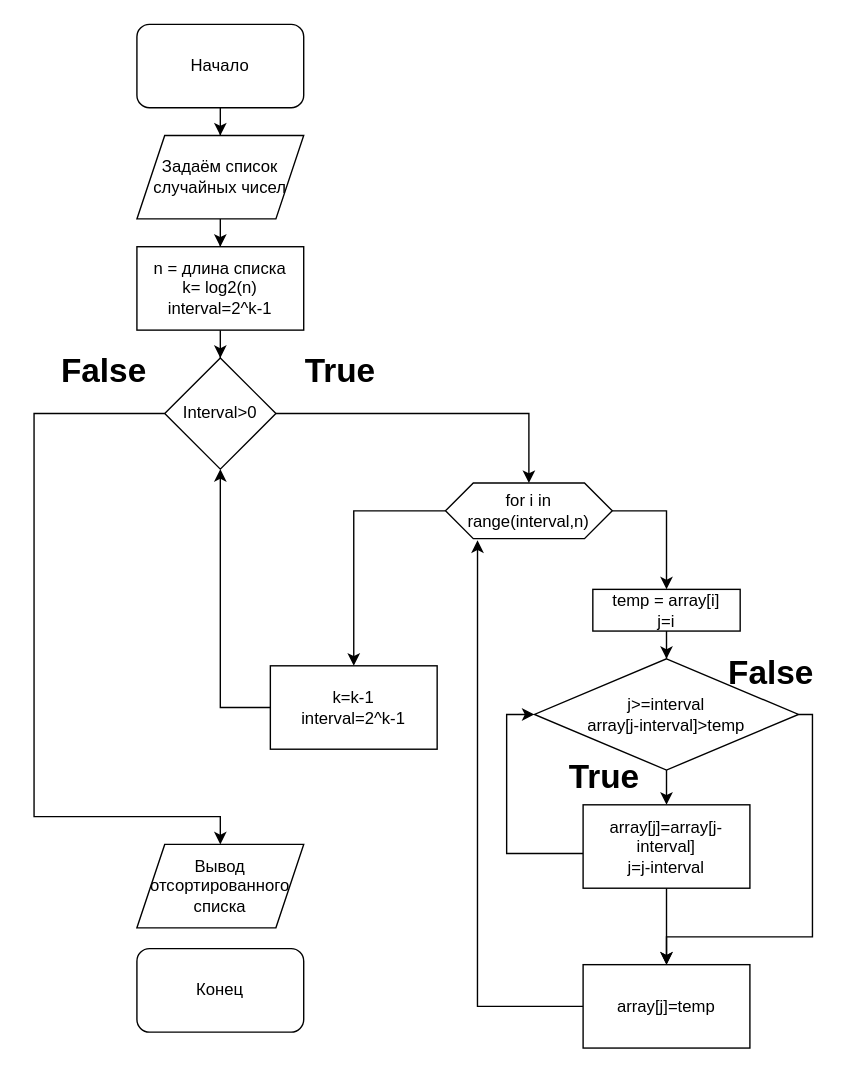
The draw.io diagram Shell.drawio in SpaleRud/OPDiagrams, before the edit. Source tidied: cells renumbered, new cells numbered last; positions are measured from the earlier drawing's top-left corner, leaving out a move shared by most shapes. Both pictures are drawn from the tidied source at 139%, with x=0, y=0 at pixel (33, 24).
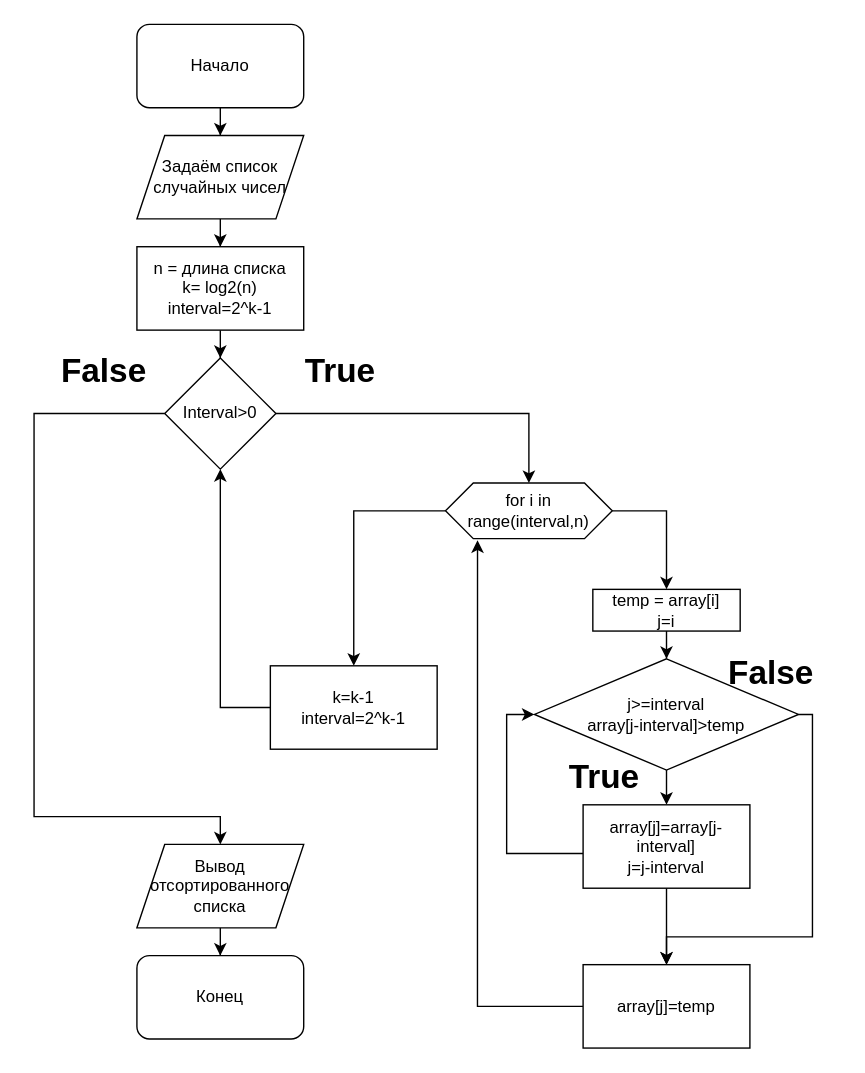
After the change.

Unchanged cells that the change refers to:
```xml
<mxCell id="12" value="Вывод отсортированного списка" style="shape=parallelogram;perimeter=parallelogramPerimeter;whiteSpace=wrap;html=1;fixedSize=1;" parent="1" vertex="1">
  <mxGeometry x="74" y="590" width="120" height="60" as="geometry" />
</mxCell>
```

Change to the diagram source:
```diff
@@
     <mxCell id="4" value="Конец" style="rounded=1;whiteSpace=wrap;html=1;" parent="1" vertex="1">
-      <mxGeometry x="74" y="665" width="120" height="60" as="geometry" />
+      <mxGeometry x="74" y="670" width="120" height="60" as="geometry" />
     </mxCell>
@@
+    <mxCell id="32" style="edgeStyle=orthogonalEdgeStyle;rounded=0;jettySize=auto;html=1;entryX=0.5;entryY=0;entryDx=0;entryDy=0;" parent="1" edge="1" source="12" target="4">
+      <mxGeometry relative="1" as="geometry" />
+    </mxCell>
```
